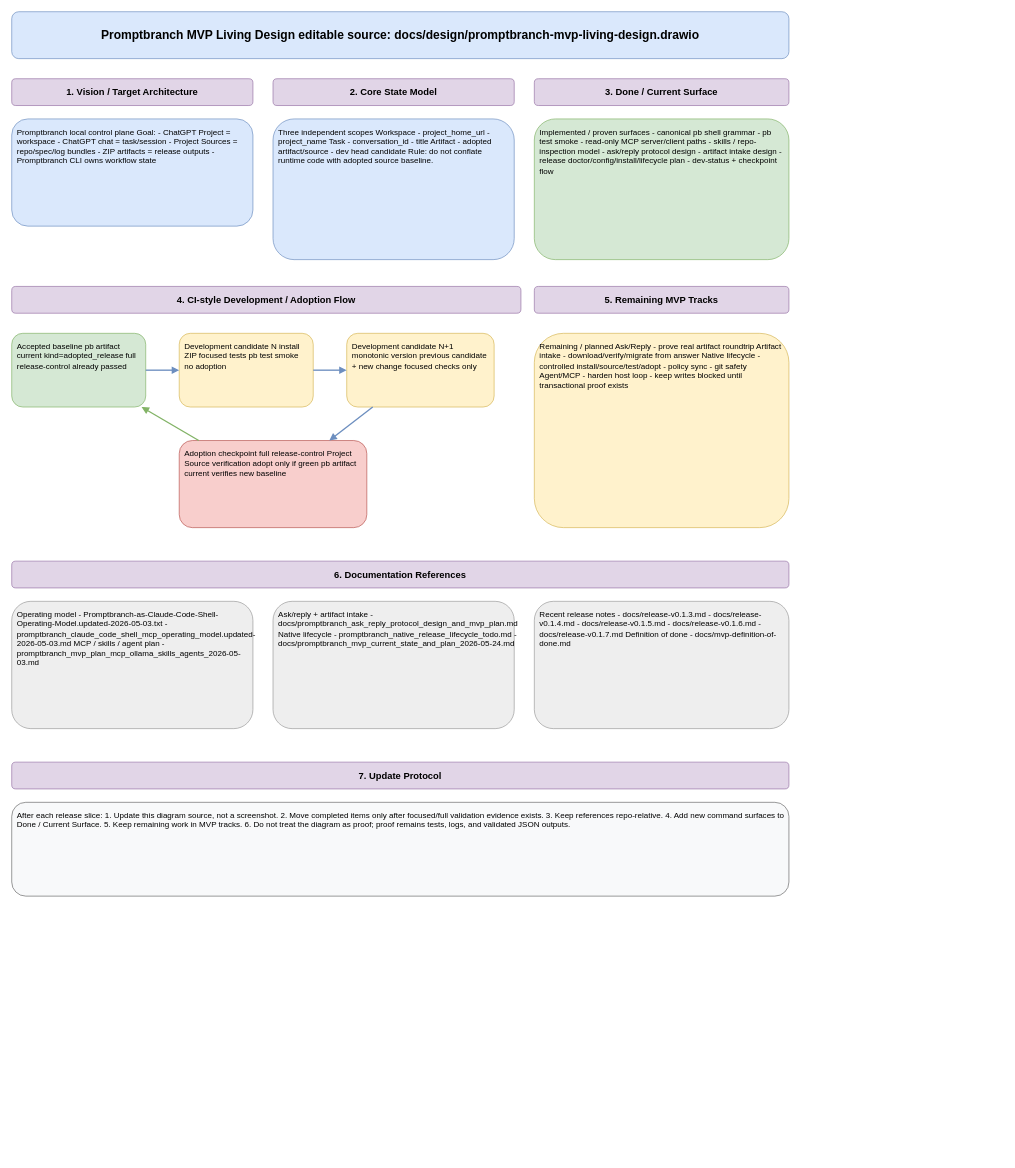
Earlier version of the draw.io diagram docs/design/promptbranch-mvp-living-design.drawio (spikkie/promptbranch). Source tidied: cells renumbered, new cells numbered last; positions are measured from the earlier drawing's top-left corner, leaving out a move shared by most shapes. Both pictures are drawn from the tidied source at 67%, with x=0, y=0 at pixel (11, 11).
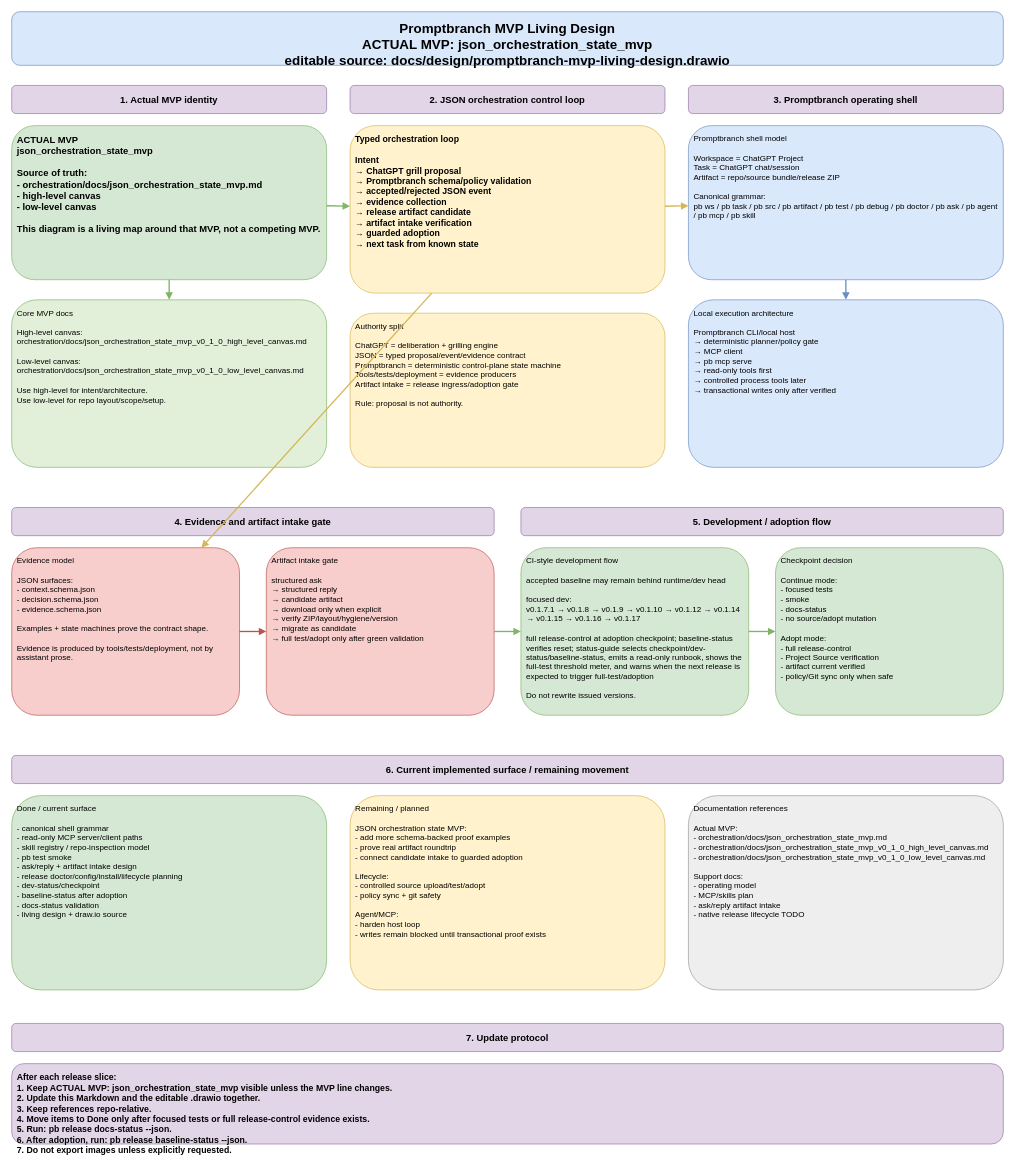
The same diagram, later.

What changed in the source:
```diff
@@
-    <mxCell id="2" value="Promptbranch MVP Living Design editable source: docs/design/promptbranch-mvp-living-design.drawio" style="rounded=1;whiteSpace=wrap;html=1;fillColor=#dae8fc;strokeColor=#6c8ebf;fontStyle=1;fontSize=18;align=center;verticalAlign=middle;" parent="1" vertex="1">
-      <mxGeometry width="1160" height="70" as="geometry" />
+    <mxCell id="2" value="Promptbranch MVP Living Design&#10;ACTUAL MVP: json_orchestration_state_mvp&#10;editable source: docs/design/promptbranch-mvp-living-design.drawio" style="rounded=1;whiteSpace=wrap;html=1;fillColor=#dae8fc;strokeColor=#6c8ebf;fontSize=20;align=center;verticalAlign=top;spacing=8;fontStyle=1;" parent="1" vertex="1">
+      <mxGeometry width="1480" height="80" as="geometry" />
     </mxCell>
-    <mxCell id="3" value="1. Vision / Target Architecture" style="rounded=1;whiteSpace=wrap;html=1;fillColor=#e1d5e7;strokeColor=#9673a6;fontStyle=1;fontSize=14;align=center;verticalAlign=middle;" parent="1" vertex="1">
-      <mxGeometry y="100" width="360" height="40" as="geometry" />
-    </mxCell>
-    <mxCell id="4" value="2. Core State Model" style="rounded=1;whiteSpace=wrap;html=1;fillColor=#e1d5e7;strokeColor=#9673a6;fontStyle=1;fontSize=14;align=center;verticalAlign=middle;" parent="1" vertex="1">
-      <mxGeometry x="390" y="100" width="360" height="40" as="geometry" />
-    </mxCell>
-    <mxCell id="5" value="3. Done / Current Surface" style="rounded=1;whiteSpace=wrap;html=1;fillColor=#e1d5e7;strokeColor=#9673a6;fontStyle=1;fontSize=14;align=center;verticalAlign=middle;" parent="1" vertex="1">
-      <mxGeometry x="780" y="100" width="380" height="40" as="geometry" />
-    </mxCell>
-    <mxCell id="6" value="Promptbranch local control plane  Goal: - ChatGPT Project = workspace - ChatGPT chat = task/session - Project Sources = repo/spec/log bundles - ZIP artifacts = release outputs - Promptbranch CLI owns workflow state" style="rounded=1;whiteSpace=wrap;html=1;fillColor=#dae8fc;strokeColor=#6c8ebf;fontSize=12;align=left;verticalAlign=top;spacing=8;" parent="1" vertex="1">
-      <mxGeometry y="160" width="360" height="160" as="geometry" />
-    </mxCell>
-    <mxCell id="7" value="Three independent scopes  Workspace - project_home_url - project_name  Task - conversation_id - title  Artifact - adopted artifact/source - dev head candidate  Rule: do not conflate runtime code with adopted source baseline." style="rounded=1;whiteSpace=wrap;html=1;fillColor=#dae8fc;strokeColor=#6c8ebf;fontSize=12;align=left;verticalAlign=top;spacing=8;" parent="1" vertex="1">
-      <mxGeometry x="390" y="160" width="360" height="210" as="geometry" />
-    </mxCell>
+    <mxCell id="26" value="1. Actual MVP identity" style="rounded=1;whiteSpace=wrap;html=1;fillColor=#e1d5e7;strokeColor=#9673a6;fontSize=14;align=center;verticalAlign=top;spacing=8;fontStyle=1;" parent="1" vertex="1">
+      <mxGeometry y="110" width="470" height="42" as="geometry" />
+    </mxCell>
+    <mxCell id="27" value="2. JSON orchestration control loop" style="rounded=1;whiteSpace=wrap;html=1;fillColor=#e1d5e7;strokeColor=#9673a6;fontSize=14;align=center;verticalAlign=top;spacing=8;fontStyle=1;" parent="1" vertex="1">
+      <mxGeometry x="505" y="110" width="470" height="42" as="geometry" />
+    </mxCell>
+    <mxCell id="28" value="3. Promptbranch operating shell" style="rounded=1;whiteSpace=wrap;html=1;fillColor=#e1d5e7;strokeColor=#9673a6;fontSize=14;align=center;verticalAlign=top;spacing=8;fontStyle=1;" parent="1" vertex="1">
+      <mxGeometry x="1010" y="110" width="470" height="42" as="geometry" />
+    </mxCell>
+    <mxCell id="29" value="ACTUAL MVP&#10;json_orchestration_state_mvp&#10;&#10;Source of truth:&#10;- orchestration/docs/json_orchestration_state_mvp.md&#10;- high-level canvas&#10;- low-level canvas&#10;&#10;This diagram is a living map around that MVP, not a competing MVP." style="rounded=1;whiteSpace=wrap;html=1;fillColor=#d5e8d4;strokeColor=#82b366;fontSize=14;align=left;verticalAlign=top;spacing=8;fontStyle=1;" parent="1" vertex="1">
+      <mxGeometry y="170" width="470" height="230" as="geometry" />
+    </mxCell>
+    <mxCell id="30" value="Core MVP docs&#10;&#10;High-level canvas:&#10;orchestration/docs/json_orchestration_state_mvp_v0_1_0_high_level_canvas.md&#10;&#10;Low-level canvas:&#10;orchestration/docs/json_orchestration_state_mvp_v0_1_0_low_level_canvas.md&#10;&#10;Use high-level for intent/architecture.&#10;Use low-level for repo layout/scope/setup." style="rounded=1;whiteSpace=wrap;html=1;fillColor=#e2f0d9;strokeColor=#82b366;fontSize=12;align=left;verticalAlign=top;spacing=8;" parent="1" vertex="1">
+      <mxGeometry y="430" width="470" height="250" as="geometry" />
+    </mxCell>
+    <mxCell id="31" value="Typed orchestration loop&#10;&#10;Intent&#10;→ ChatGPT grill proposal&#10;→ Promptbranch schema/policy validation&#10;→ accepted/rejected JSON event&#10;→ evidence collection&#10;→ release artifact candidate&#10;→ artifact intake verification&#10;→ guarded adoption&#10;→ next task from known state" style="rounded=1;whiteSpace=wrap;html=1;fillColor=#fff2cc;strokeColor=#d6b656;fontSize=13;align=left;verticalAlign=top;spacing=8;fontStyle=1;" parent="1" vertex="1">
+      <mxGeometry x="505" y="170" width="470" height="250" as="geometry" />
+    </mxCell>
+    <mxCell id="32" value="Authority split&#10;&#10;ChatGPT = deliberation + grilling engine&#10;JSON = typed proposal/event/evidence contract&#10;Promptbranch = deterministic control-plane state machine&#10;Tools/tests/deployment = evidence producers&#10;Artifact intake = release ingress/adoption gate&#10;&#10;Rule: proposal is not authority." style="rounded=1;whiteSpace=wrap;html=1;fillColor=#fff2cc;strokeColor=#d6b656;fontSize=12;align=left;verticalAlign=top;spacing=8;" parent="1" vertex="1">
+      <mxGeometry x="505" y="450" width="470" height="230" as="geometry" />
+    </mxCell>
+    <mxCell id="33" value="Promptbranch shell model&#10;&#10;Workspace = ChatGPT Project&#10;Task = ChatGPT chat/session&#10;Artifact = repo/source bundle/release ZIP&#10;&#10;Canonical grammar:&#10;pb ws / pb task / pb src / pb artifact / pb test / pb debug / pb doctor / pb ask / pb agent / pb mcp / pb skill" style="rounded=1;whiteSpace=wrap;html=1;fillColor=#dae8fc;strokeColor=#6c8ebf;fontSize=12;align=left;verticalAlign=top;spacing=8;" parent="1" vertex="1">
+      <mxGeometry x="1010" y="170" width="470" height="230" as="geometry" />
+    </mxCell>
+    <mxCell id="34" value="Local execution architecture&#10;&#10;Promptbranch CLI/local host&#10;→ deterministic planner/policy gate&#10;→ MCP client&#10;→ pb mcp serve&#10;→ read-only tools first&#10;→ controlled process tools later&#10;→ transactional writes only after verified" style="rounded=1;whiteSpace=wrap;html=1;fillColor=#dae8fc;strokeColor=#6c8ebf;fontSize=12;align=left;verticalAlign=top;spacing=8;" parent="1" vertex="1">
+      <mxGeometry x="1010" y="430" width="470" height="250" as="geometry" />
+    </mxCell>
+    <mxCell id="35" style="endArrow=block;html=1;rounded=0;strokeWidth=2;strokeColor=#82b366;" parent="1" edge="1" source="29" target="31">
+      <mxGeometry relative="1" as="geometry" />
+    </mxCell>
+    <mxCell id="36" style="endArrow=block;html=1;rounded=0;strokeWidth=2;strokeColor=#d6b656;" parent="1" edge="1" source="31" target="33">
+      <mxGeometry relative="1" as="geometry" />
+    </mxCell>
+    <mxCell id="37" style="endArrow=block;html=1;rounded=0;strokeWidth=2;strokeColor=#6c8ebf;" parent="1" edge="1" source="33" target="34">
+      <mxGeometry relative="1" as="geometry" />
+    </mxCell>
+    <mxCell id="38" style="endArrow=block;html=1;rounded=0;strokeWidth=2;strokeColor=#82b366;" parent="1" edge="1" source="29" target="30">
+      <mxGeometry relative="1" as="geometry" />
+    </mxCell>
+    <mxCell id="39" value="4. Evidence and artifact intake gate" style="rounded=1;whiteSpace=wrap;html=1;fillColor=#e1d5e7;strokeColor=#9673a6;fontSize=14;align=center;verticalAlign=top;spacing=8;fontStyle=1;" parent="1" vertex="1">
+      <mxGeometry y="740" width="720" height="42" as="geometry" />
+    </mxCell>
+    <mxCell id="40" value="5. Development / adoption flow" style="rounded=1;whiteSpace=wrap;html=1;fillColor=#e1d5e7;strokeColor=#9673a6;fontSize=14;align=center;verticalAlign=top;spacing=8;fontStyle=1;" parent="1" vertex="1">
+      <mxGeometry x="760" y="740" width="720" height="42" as="geometry" />
+    </mxCell>
+    <mxCell id="41" value="Evidence model&#10;&#10;JSON surfaces:&#10;- context.schema.json&#10;- decision.schema.json&#10;- evidence.schema.json&#10;&#10;Examples + state machines prove the contract shape.&#10;&#10;Evidence is produced by tools/tests/deployment, not by assistant prose." style="rounded=1;whiteSpace=wrap;html=1;fillColor=#f8cecc;strokeColor=#b85450;fontSize=12;align=left;verticalAlign=top;spacing=8;" parent="1" vertex="1">
+      <mxGeometry y="800" width="340" height="250" as="geometry" />
+    </mxCell>
+    <mxCell id="42" value="Artifact intake gate&#10;&#10;structured ask&#10;→ structured reply&#10;→ candidate artifact&#10;→ download only when explicit&#10;→ verify ZIP/layout/hygiene/version&#10;→ migrate as candidate&#10;→ full test/adopt only after green validation" style="rounded=1;whiteSpace=wrap;html=1;fillColor=#f8cecc;strokeColor=#b85450;fontSize=12;align=left;verticalAlign=top;spacing=8;" parent="1" vertex="1">
+      <mxGeometry x="380" y="800" width="340" height="250" as="geometry" />
+    </mxCell>
+    <mxCell id="43" value="CI-style development flow&#10;&#10;accepted baseline may remain behind runtime/dev head&#10;&#10;focused dev:&#10;v0.1.7.1 → v0.1.8 → v0.1.9 → v0.1.10 → v0.1.12 → v0.1.14 → v0.1.15 → v0.1.16 → v0.1.17&#10;&#10;full release-control at adoption checkpoint; baseline-status verifies reset; status-guide selects checkpoint/dev-status/baseline-status, emits a read-only runbook, shows the full-test threshold meter, and warns when the next release is expected to trigger full-test/adoption&#10;&#10;Do not rewrite issued versions." style="rounded=1;whiteSpace=wrap;html=1;fillColor=#d5e8d4;strokeColor=#82b366;fontSize=12;align=left;verticalAlign=top;spacing=8;" parent="1" vertex="1">
+      <mxGeometry x="760" y="800" width="340" height="250" as="geometry" />
+    </mxCell>
+    <mxCell id="44" value="Checkpoint decision&#10;&#10;Continue mode:&#10;- focused tests&#10;- smoke&#10;- docs-status&#10;- no source/adopt mutation&#10;&#10;Adopt mode:&#10;- full release-control&#10;- Project Source verification&#10;- artifact current verified&#10;- policy/Git sync only when safe" style="rounded=1;whiteSpace=wrap;html=1;fillColor=#d5e8d4;strokeColor=#82b366;fontSize=12;align=left;verticalAlign=top;spacing=8;" parent="1" vertex="1">
+      <mxGeometry x="1140" y="800" width="340" height="250" as="geometry" />
+    </mxCell>
+    <mxCell id="45" style="endArrow=block;html=1;rounded=0;strokeWidth=2;strokeColor=#d6b656;" parent="1" edge="1" source="31" target="41">
+      <mxGeometry relative="1" as="geometry" />
+    </mxCell>
+    <mxCell id="46" style="endArrow=block;html=1;rounded=0;strokeWidth=2;strokeColor=#b85450;" parent="1" edge="1" source="41" target="42">
+      <mxGeometry relative="1" as="geometry" />
+    </mxCell>
+    <mxCell id="47" style="endArrow=block;html=1;rounded=0;strokeWidth=2;strokeColor=#82b366;" parent="1" edge="1" source="42" target="43">
+      <mxGeometry relative="1" as="geometry" />
+    </mxCell>
+    <mxCell id="48" style="endArrow=block;html=1;rounded=0;strokeWidth=2;strokeColor=#82b366;" parent="1" edge="1" source="43" target="44">
+      <mxGeometry relative="1" as="geometry" />
+    </mxCell>
+    <mxCell id="49" value="6. Current implemented surface / remaining movement" style="rounded=1;whiteSpace=wrap;html=1;fillColor=#e1d5e7;strokeColor=#9673a6;fontSize=14;align=center;verticalAlign=top;spacing=8;fontStyle=1;" parent="1" vertex="1">
+      <mxGeometry y="1110" width="1480" height="42" as="geometry" />
+    </mxCell>
-    <mxCell id="8" value="Implemented / proven surfaces  - canonical pb shell grammar - pb test smoke - read-only MCP server/client paths - skills / repo-inspection model - ask/reply protocol design - artifact intake design - release doctor/config/install/lifecycle plan - dev-status + checkpoint flow" style="rounded=1;whiteSpace=wrap;html=1;fillColor=#d5e8d4;strokeColor=#82b366;fontSize=12;align=left;verticalAlign=top;spacing=8;" parent="1" vertex="1">
-      <mxGeometry x="780" y="160" width="380" height="210" as="geometry" />
+    <mxCell id="8" value="Done / current surface&#10;&#10;- canonical shell grammar&#10;- read-only MCP server/client paths&#10;- skill registry / repo-inspection model&#10;- pb test smoke&#10;- ask/reply + artifact intake design&#10;- release doctor/config/install/lifecycle planning&#10;- dev-status/checkpoint&#10;- baseline-status after adoption&#10;- docs-status validation&#10;- living design + draw.io source" style="rounded=1;whiteSpace=wrap;html=1;fillColor=#d5e8d4;strokeColor=#82b366;fontSize=12;align=left;verticalAlign=top;spacing=8;" parent="1" vertex="1">
+      <mxGeometry y="1170" width="470" height="290" as="geometry" />
     </mxCell>
-    <mxCell id="9" value="4. CI-style Development / Adoption Flow" style="rounded=1;whiteSpace=wrap;html=1;fillColor=#e1d5e7;strokeColor=#9673a6;fontStyle=1;fontSize=14;align=center;verticalAlign=middle;" parent="1" vertex="1">
-      <mxGeometry y="410" width="760" height="40" as="geometry" />
-    </mxCell>
-    <mxCell id="10" value="5. Remaining MVP Tracks" style="rounded=1;whiteSpace=wrap;html=1;fillColor=#e1d5e7;strokeColor=#9673a6;fontStyle=1;fontSize=14;align=center;verticalAlign=middle;" parent="1" vertex="1">
-      <mxGeometry x="780" y="410" width="380" height="40" as="geometry" />
-    </mxCell>
-    <mxCell id="11" value="Accepted baseline  pb artifact current kind=adopted_release full release-control already passed" style="rounded=1;whiteSpace=wrap;html=1;fillColor=#d5e8d4;strokeColor=#82b366;fontSize=12;align=left;verticalAlign=top;spacing=8;" parent="1" vertex="1">
-      <mxGeometry y="480" width="200" height="110" as="geometry" />
-    </mxCell>
-    <mxCell id="12" value="Development candidate N  install ZIP focused tests pb test smoke no adoption" style="rounded=1;whiteSpace=wrap;html=1;fillColor=#fff2cc;strokeColor=#d6b656;fontSize=12;align=left;verticalAlign=top;spacing=8;" parent="1" vertex="1">
-      <mxGeometry x="250" y="480" width="200" height="110" as="geometry" />
-    </mxCell>
-    <mxCell id="13" value="Development candidate N+1  monotonic version previous candidate + new change focused checks only" style="rounded=1;whiteSpace=wrap;html=1;fillColor=#fff2cc;strokeColor=#d6b656;fontSize=12;align=left;verticalAlign=top;spacing=8;" parent="1" vertex="1">
-      <mxGeometry x="500" y="480" width="220" height="110" as="geometry" />
-    </mxCell>
-    <mxCell id="14" value="Adoption checkpoint  full release-control Project Source verification adopt only if green pb artifact current verifies new baseline" style="rounded=1;whiteSpace=wrap;html=1;fillColor=#f8cecc;strokeColor=#b85450;fontSize=12;align=left;verticalAlign=top;spacing=8;" parent="1" vertex="1">
-      <mxGeometry x="250" y="640" width="280" height="130" as="geometry" />
-    </mxCell>
-    <mxCell id="15" style="endArrow=block;html=1;rounded=0;strokeWidth=2;strokeColor=#6c8ebf;" parent="1" edge="1" source="11" target="12">
-      <mxGeometry relative="1" as="geometry" />
-    </mxCell>
-    <mxCell id="16" style="endArrow=block;html=1;rounded=0;strokeWidth=2;strokeColor=#6c8ebf;" parent="1" edge="1" source="12" target="13">
-      <mxGeometry relative="1" as="geometry" />
-    </mxCell>
-    <mxCell id="17" style="endArrow=block;html=1;rounded=0;strokeWidth=2;strokeColor=#6c8ebf;" parent="1" edge="1" source="13" target="14">
-      <mxGeometry relative="1" as="geometry" />
-    </mxCell>
-    <mxCell id="18" style="endArrow=block;html=1;rounded=0;strokeWidth=2;strokeColor=#82b366;" parent="1" edge="1" source="14" target="11">
-      <mxGeometry relative="1" as="geometry" />
-    </mxCell>
-    <mxCell id="19" value="Remaining / planned  Ask/Reply - prove real artifact roundtrip  Artifact intake - download/verify/migrate from answer  Native lifecycle - controlled install/source/test/adopt - policy sync - git safety  Agent/MCP - harden host loop - keep writes blocked until transactional proof exists" style="rounded=1;whiteSpace=wrap;html=1;fillColor=#fff2cc;strokeColor=#d6b656;fontSize=12;align=left;verticalAlign=top;spacing=8;" parent="1" vertex="1">
-      <mxGeometry x="780" y="480" width="380" height="290" as="geometry" />
+    <mxCell id="19" value="Remaining / planned&#10;&#10;JSON orchestration state MVP:&#10;- add more schema-backed proof examples&#10;- prove real artifact roundtrip&#10;- connect candidate intake to guarded adoption&#10;&#10;Lifecycle:&#10;- controlled source upload/test/adopt&#10;- policy sync + git safety&#10;&#10;Agent/MCP:&#10;- harden host loop&#10;- writes remain blocked until transactional proof exists" style="rounded=1;whiteSpace=wrap;html=1;fillColor=#fff2cc;strokeColor=#d6b656;fontSize=12;align=left;verticalAlign=top;spacing=8;" parent="1" vertex="1">
+      <mxGeometry x="505" y="1170" width="470" height="290" as="geometry" />
     </mxCell>
-    <mxCell id="20" value="6. Documentation References" style="rounded=1;whiteSpace=wrap;html=1;fillColor=#e1d5e7;strokeColor=#9673a6;fontStyle=1;fontSize=14;align=center;verticalAlign=middle;" parent="1" vertex="1">
-      <mxGeometry y="820" width="1160" height="40" as="geometry" />
-    </mxCell>
-    <mxCell id="21" value="Operating model  - Promptbranch-as-Claude-Code-Shell-Operating-Model.updated-2026-05-03.txt - promptbranch_claude_code_shell_mcp_operating_model.updated-2026-05-03.md  MCP / skills / agent plan  - promptbranch_mvp_plan_mcp_ollama_skills_agents_2026-05-03.md" style="rounded=1;whiteSpace=wrap;html=1;fillColor=#eeeeee;strokeColor=#999999;fontSize=12;align=left;verticalAlign=top;spacing=8;" parent="1" vertex="1">
-      <mxGeometry y="880" width="360" height="190" as="geometry" />
-    </mxCell>
-    <mxCell id="22" value="Ask/reply + artifact intake  - docs/promptbranch_ask_reply_protocol_design_and_mvp_plan.md  Native lifecycle  - promptbranch_native_release_lifecycle_todo.md - docs/promptbranch_mvp_current_state_and_plan_2026-05-24.md" style="rounded=1;whiteSpace=wrap;html=1;fillColor=#eeeeee;strokeColor=#999999;fontSize=12;align=left;verticalAlign=top;spacing=8;" parent="1" vertex="1">
-      <mxGeometry x="390" y="880" width="360" height="190" as="geometry" />
-    </mxCell>
-    <mxCell id="23" value="Recent release notes  - docs/release-v0.1.3.md - docs/release-v0.1.4.md - docs/release-v0.1.5.md - docs/release-v0.1.6.md - docs/release-v0.1.7.md  Definition of done - docs/mvp-definition-of-done.md" style="rounded=1;whiteSpace=wrap;html=1;fillColor=#eeeeee;strokeColor=#999999;fontSize=12;align=left;verticalAlign=top;spacing=8;" parent="1" vertex="1">
-      <mxGeometry x="780" y="880" width="380" height="190" as="geometry" />
-    </mxCell>
+    <mxCell id="50" value="Documentation references&#10;&#10;Actual MVP:&#10;- orchestration/docs/json_orchestration_state_mvp.md&#10;- orchestration/docs/json_orchestration_state_mvp_v0_1_0_high_level_canvas.md&#10;- orchestration/docs/json_orchestration_state_mvp_v0_1_0_low_level_canvas.md&#10;&#10;Support docs:&#10;- operating model&#10;- MCP/skills plan&#10;- ask/reply artifact intake&#10;- native release lifecycle TODO" style="rounded=1;whiteSpace=wrap;html=1;fillColor=#eeeeee;strokeColor=#999999;fontSize=12;align=left;verticalAlign=top;spacing=8;" parent="1" vertex="1">
+      <mxGeometry x="1010" y="1170" width="470" height="290" as="geometry" />
+    </mxCell>
-    <mxCell id="24" value="7. Update Protocol" style="rounded=1;whiteSpace=wrap;html=1;fillColor=#e1d5e7;strokeColor=#9673a6;fontStyle=1;fontSize=14;align=center;verticalAlign=middle;" parent="1" vertex="1">
-      <mxGeometry y="1120" width="1160" height="40" as="geometry" />
+    <mxCell id="24" value="7. Update protocol" style="rounded=1;whiteSpace=wrap;html=1;fillColor=#e1d5e7;strokeColor=#9673a6;fontSize=14;align=center;verticalAlign=top;spacing=8;fontStyle=1;" parent="1" vertex="1">
+      <mxGeometry y="1510" width="1480" height="42" as="geometry" />
     </mxCell>
-    <mxCell id="25" value="After each release slice: 1. Update this diagram source, not a screenshot. 2. Move completed items only after focused/full validation evidence exists. 3. Keep references repo-relative. 4. Add new command surfaces to Done / Current Surface. 5. Keep remaining work in MVP tracks. 6. Do not treat the diagram as proof; proof remains tests, logs, and validated JSON outputs." style="rounded=1;whiteSpace=wrap;html=1;fillColor=#f8f9fa;strokeColor=#666666;fontSize=12;align=left;verticalAlign=top;spacing=8;" parent="1" vertex="1">
-      <mxGeometry y="1180" width="1160" height="140" as="geometry" />
+    <mxCell id="25" value="After each release slice:&#10;1. Keep ACTUAL MVP: json_orchestration_state_mvp visible unless the MVP line changes.&#10;2. Update this Markdown and the editable .drawio together.&#10;3. Keep references repo-relative.&#10;4. Move items to Done only after focused tests or full release-control evidence exists.&#10;5. Run: pb release docs-status --json.&#10;6. After adoption, run: pb release baseline-status --json.&#10;7. Do not export images unless explicitly requested." style="rounded=1;whiteSpace=wrap;html=1;fillColor=#e1d5e7;strokeColor=#9673a6;fontSize=13;align=left;verticalAlign=top;spacing=8;fontStyle=1;" parent="1" vertex="1">
+      <mxGeometry y="1570" width="1480" height="120" as="geometry" />
     </mxCell>
```
